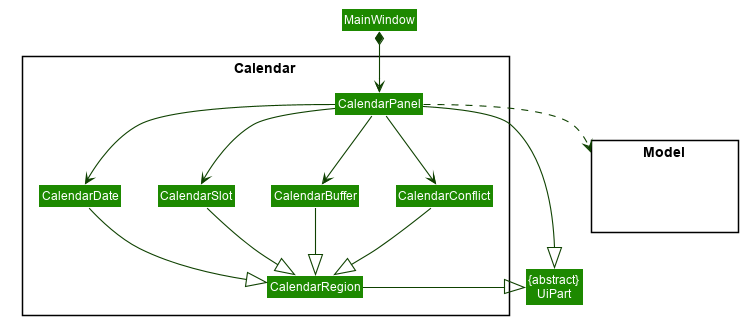
Above: images/dev-guide/UiCalendarDiagram.png in AY1920S2-CS2103-W15-4/main (PlantUML), before the change.
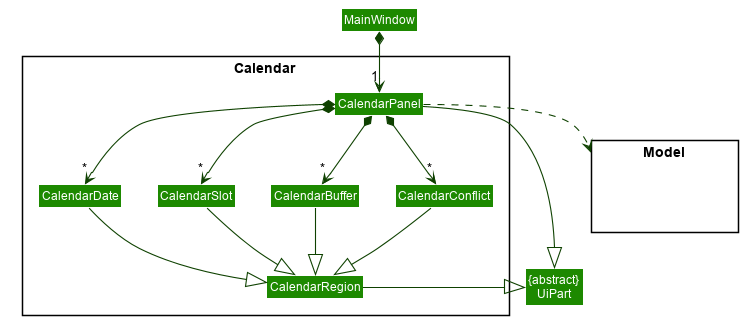
The same file after the commit.

Diff of the diagram source:
```diff
@@ -67,13 +67,13 @@
 Class HiddenModel #FFFFFF
 }
 
-MainWindow *--> CalendarPanel
+MainWindow *--> "1" CalendarPanel
 CalendarPanel ..> Model
 
-CalendarPanel --> CalendarBuffer
-CalendarPanel --> CalendarConflict
-CalendarPanel --> CalendarDate
-CalendarPanel --> CalendarSlot
+CalendarPanel *--> "*" CalendarBuffer
+CalendarPanel *--> "*" CalendarConflict
+CalendarPanel *--> "*" CalendarDate
+CalendarPanel *--> "*" CalendarSlot
 
 CalendarBuffer --|> CalendarRegion
 CalendarConflict --|> CalendarRegion
```
